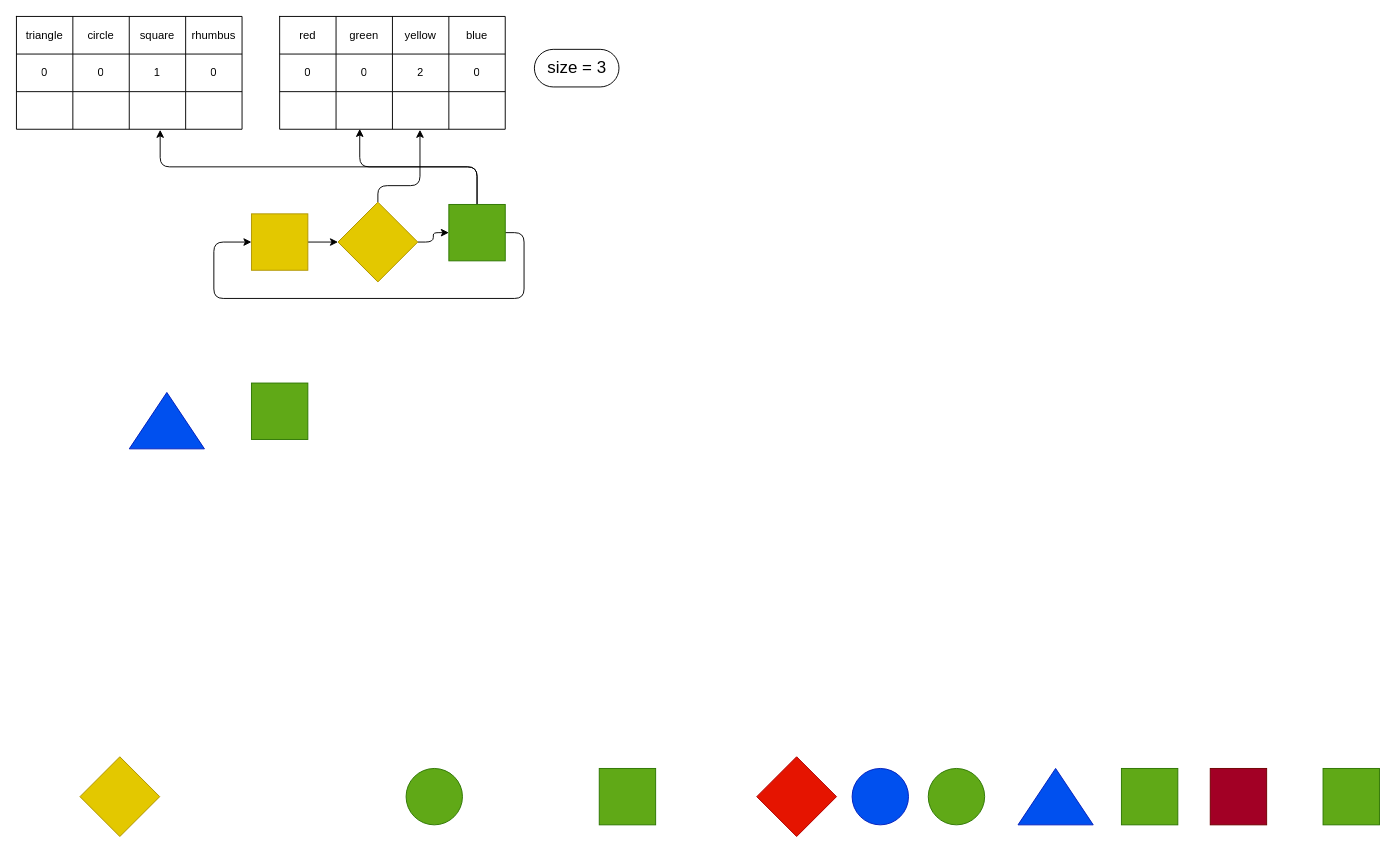
This is docs/diagrams/walkthrouExamleDeleteAfterShift.drawio from AbderrahimeEl/Tetris, a draw.io file, before an edit. Source tidied: cells renumbered, new cells numbered last; positions are measured from the earlier drawing's top-left corner, leaving out a move shared by most shapes. Both pictures are drawn from the tidied source at 94%, with x=0, y=0 at pixel (16, 16).
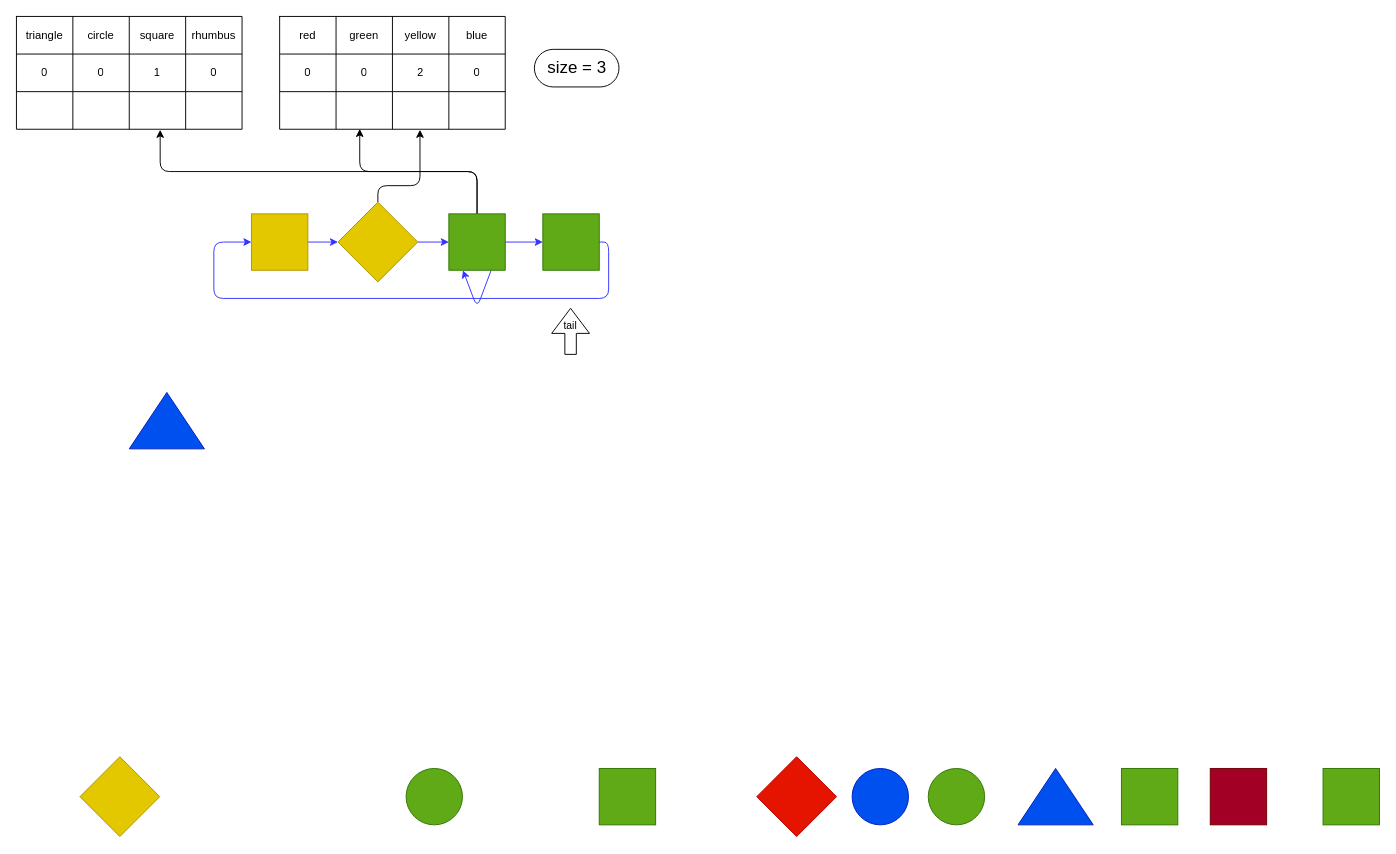
The same page after the edit.

The change refers to these unchanged cells:
```xml
<mxCell id="29" style="rounded=0;whiteSpace=wrap;html=1;fillColor=#e3c800;fontColor=#000000;strokeColor=#B09500;" parent="1" vertex="1">
  <mxGeometry x="250" y="210" width="60" height="60" as="geometry" />
</mxCell>
<mxCell id="38" style="rounded=0;whiteSpace=wrap;html=1;fillColor=#e3c800;fontColor=#000000;strokeColor=#B09500;rotation=-45;" parent="1" vertex="1">
  <mxGeometry x="354.5" y="210" width="60" height="60" as="geometry" />
</mxCell>
```

The edit, as a diff of the source:
```diff
@@
     <mxCell id="19" style="rounded=0;whiteSpace=wrap;html=1;fillColor=#60a917;fontColor=#ffffff;strokeColor=#2D7600;" parent="1" vertex="1">
-      <mxGeometry x="250" y="390" width="60" height="60" as="geometry" />
+      <mxGeometry x="560" y="210" width="60" height="60" as="geometry" />
     </mxCell>
@@
-    <mxCell id="22" style="edgeStyle=orthogonalEdgeStyle;html=1;entryX=0;entryY=0.5;entryDx=0;entryDy=0;fontSize=18;" parent="1" edge="1" source="23" target="29">
+    <mxCell id="22" style="edgeStyle=orthogonalEdgeStyle;html=1;entryX=0;entryY=0.5;entryDx=0;entryDy=0;fontSize=18;exitX=1;exitY=0.5;exitDx=0;exitDy=0;fillColor=#3333FF;strokeColor=#3333FF;" parent="1" edge="1" source="19" target="29">
       <mxGeometry relative="1" as="geometry">
         <Array as="points">
-          <mxPoint x="540" y="230" />
-          <mxPoint x="540" y="300" />
+          <mxPoint x="630" y="240" />
+          <mxPoint x="630" y="300" />
           <mxPoint x="210" y="300" />
           <mxPoint x="210" y="240" />
         </Array>
       </mxGeometry>
     </mxCell>
+    <mxCell id="56" style="edgeStyle=none;html=1;entryX=0;entryY=0.5;entryDx=0;entryDy=0;fillColor=#3333FF;strokeColor=#3333FF;" parent="1" edge="1" source="23" target="19">
+      <mxGeometry relative="1" as="geometry" />
+    </mxCell>
+    <mxCell id="57" style="edgeStyle=orthogonalEdgeStyle;html=1;strokeColor=#3333FF;fillColor=#3333FF;exitX=0.75;exitY=1;exitDx=0;exitDy=0;entryX=0.25;entryY=1;entryDx=0;entryDy=0;" parent="1" edge="1" source="23" target="23">
+      <mxGeometry relative="1" as="geometry">
+        <Array as="points">
+          <mxPoint x="490" y="310" />
+        </Array>
+      </mxGeometry>
+    </mxCell>
     <mxCell id="23" style="rounded=0;whiteSpace=wrap;html=1;fillColor=#60a917;fontColor=#ffffff;strokeColor=#2D7600;" parent="1" vertex="1">
-      <mxGeometry x="460" y="200" width="60" height="60" as="geometry" />
+      <mxGeometry x="460" y="210" width="60" height="60" as="geometry" />
     </mxCell>
@@
-    <mxCell id="28" style="edgeStyle=orthogonalEdgeStyle;html=1;exitX=1;exitY=0.5;exitDx=0;exitDy=0;entryX=0;entryY=0;entryDx=0;entryDy=0;fontSize=18;" parent="1" edge="1" source="29" target="38">
+    <mxCell id="28" style="edgeStyle=orthogonalEdgeStyle;html=1;exitX=1;exitY=0.5;exitDx=0;exitDy=0;entryX=0;entryY=0;entryDx=0;entryDy=0;fontSize=18;strokeColor=#3333FF;" parent="1" edge="1" source="29" target="38">
       <mxGeometry relative="1" as="geometry" />
     </mxCell>
@@
-    <mxCell id="36" style="edgeStyle=orthogonalEdgeStyle;html=1;exitX=1;exitY=1;exitDx=0;exitDy=0;entryX=0;entryY=0.5;entryDx=0;entryDy=0;fontSize=18;" parent="1" edge="1" source="38" target="23">
+    <mxCell id="36" style="edgeStyle=orthogonalEdgeStyle;html=1;exitX=1;exitY=1;exitDx=0;exitDy=0;entryX=0;entryY=0.5;entryDx=0;entryDy=0;fontSize=18;fillColor=#3333FF;strokeColor=#3333FF;" parent="1" edge="1" source="38" target="23">
       <mxGeometry relative="1" as="geometry" />
     </mxCell>
@@
+    <mxCell id="58" style="edgeStyle=none;orthogonalLoop=1;jettySize=auto;html=1;shape=flexArrow;rounded=1;startSize=8;endSize=8.560975609756099;endWidth=27.073170731707318;width=12.195121951219512;" parent="1" edge="1">
+      <mxGeometry relative="1" as="geometry">
+        <mxPoint x="589.5" y="360" as="sourcePoint" />
+        <mxPoint x="589.5" y="310" as="targetPoint" />
+      </mxGeometry>
+    </mxCell>
+    <mxCell id="59" value="tail" style="edgeLabel;html=1;align=center;verticalAlign=middle;" parent="58" vertex="1">
+      <mxGeometry x="0.26" y="1" relative="1" as="geometry" />
+    </mxCell>
```
